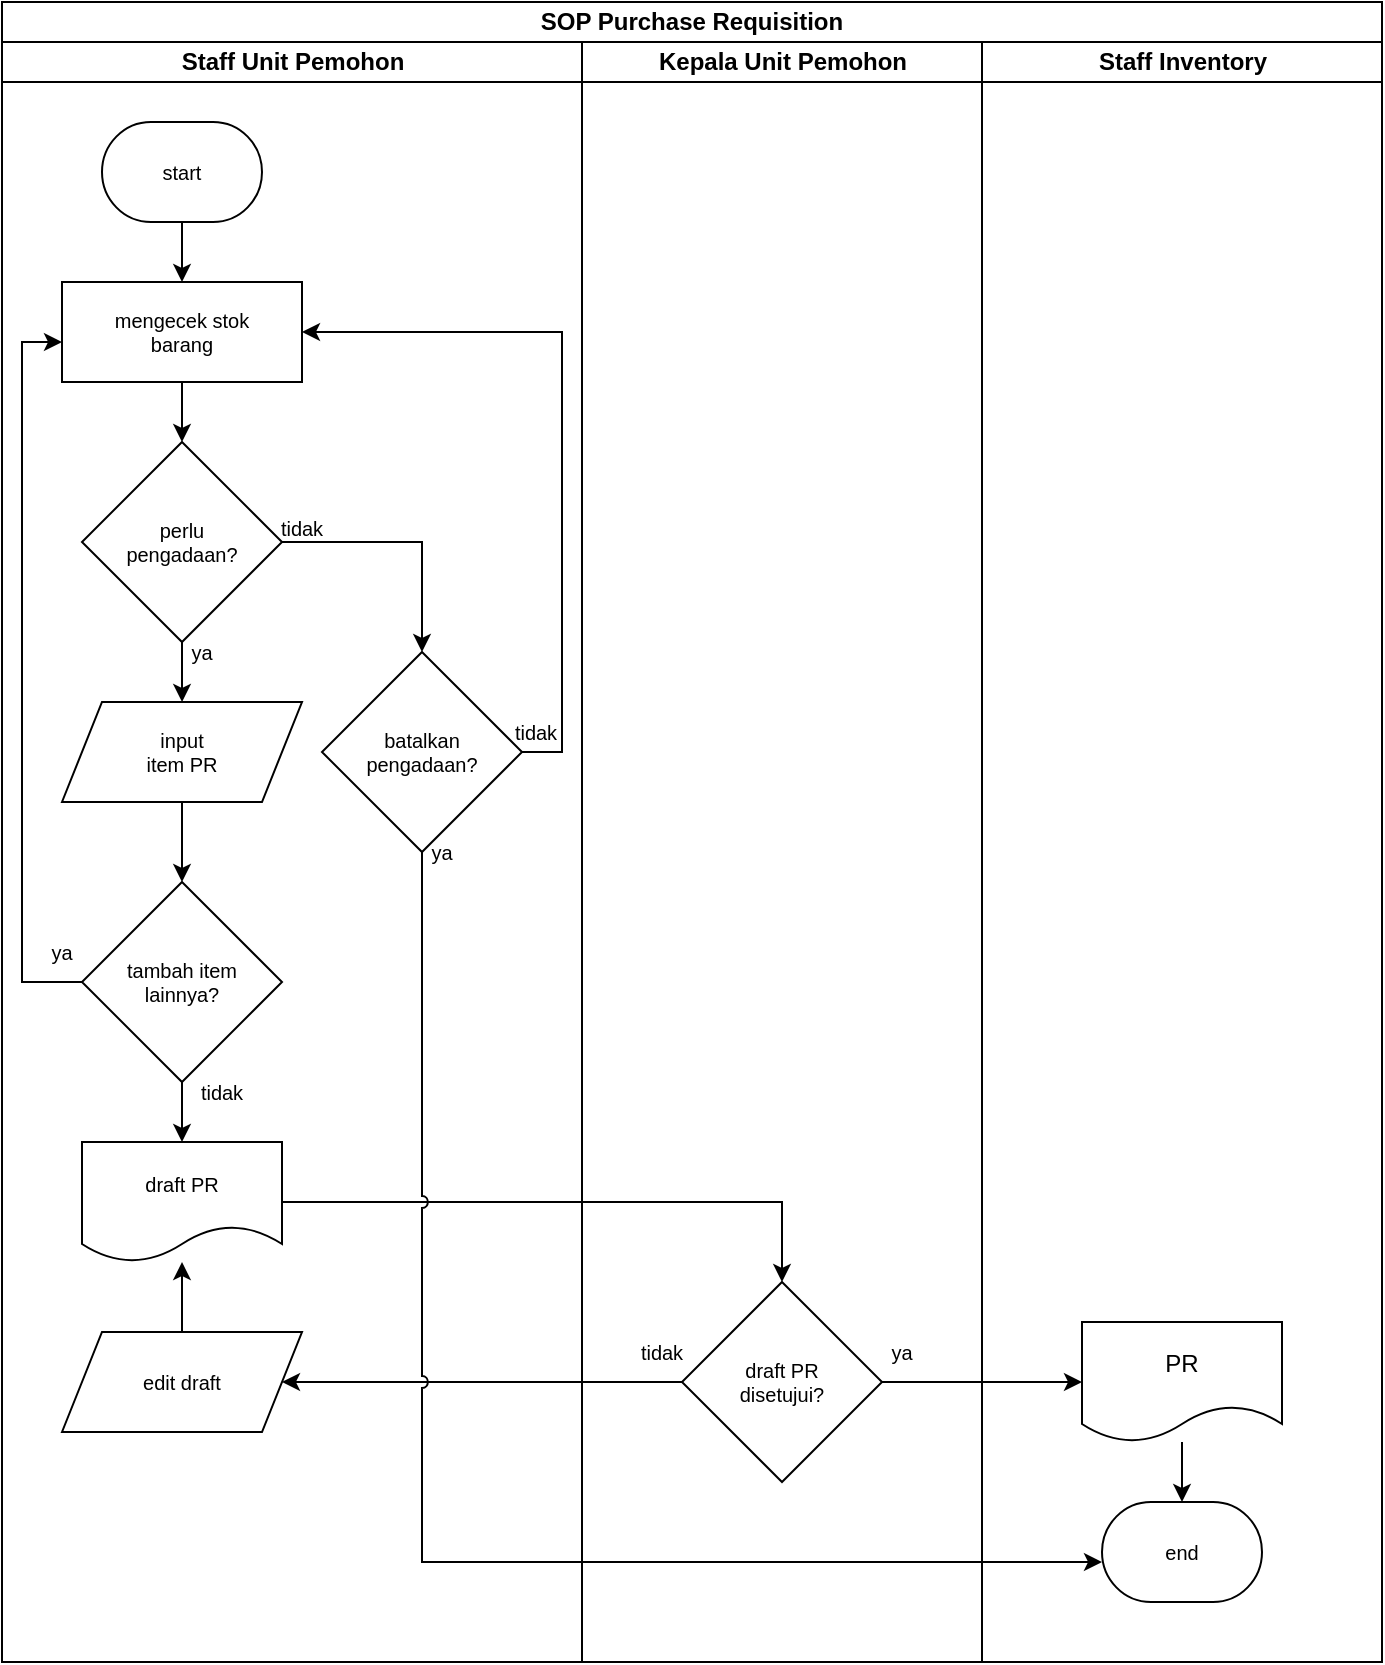
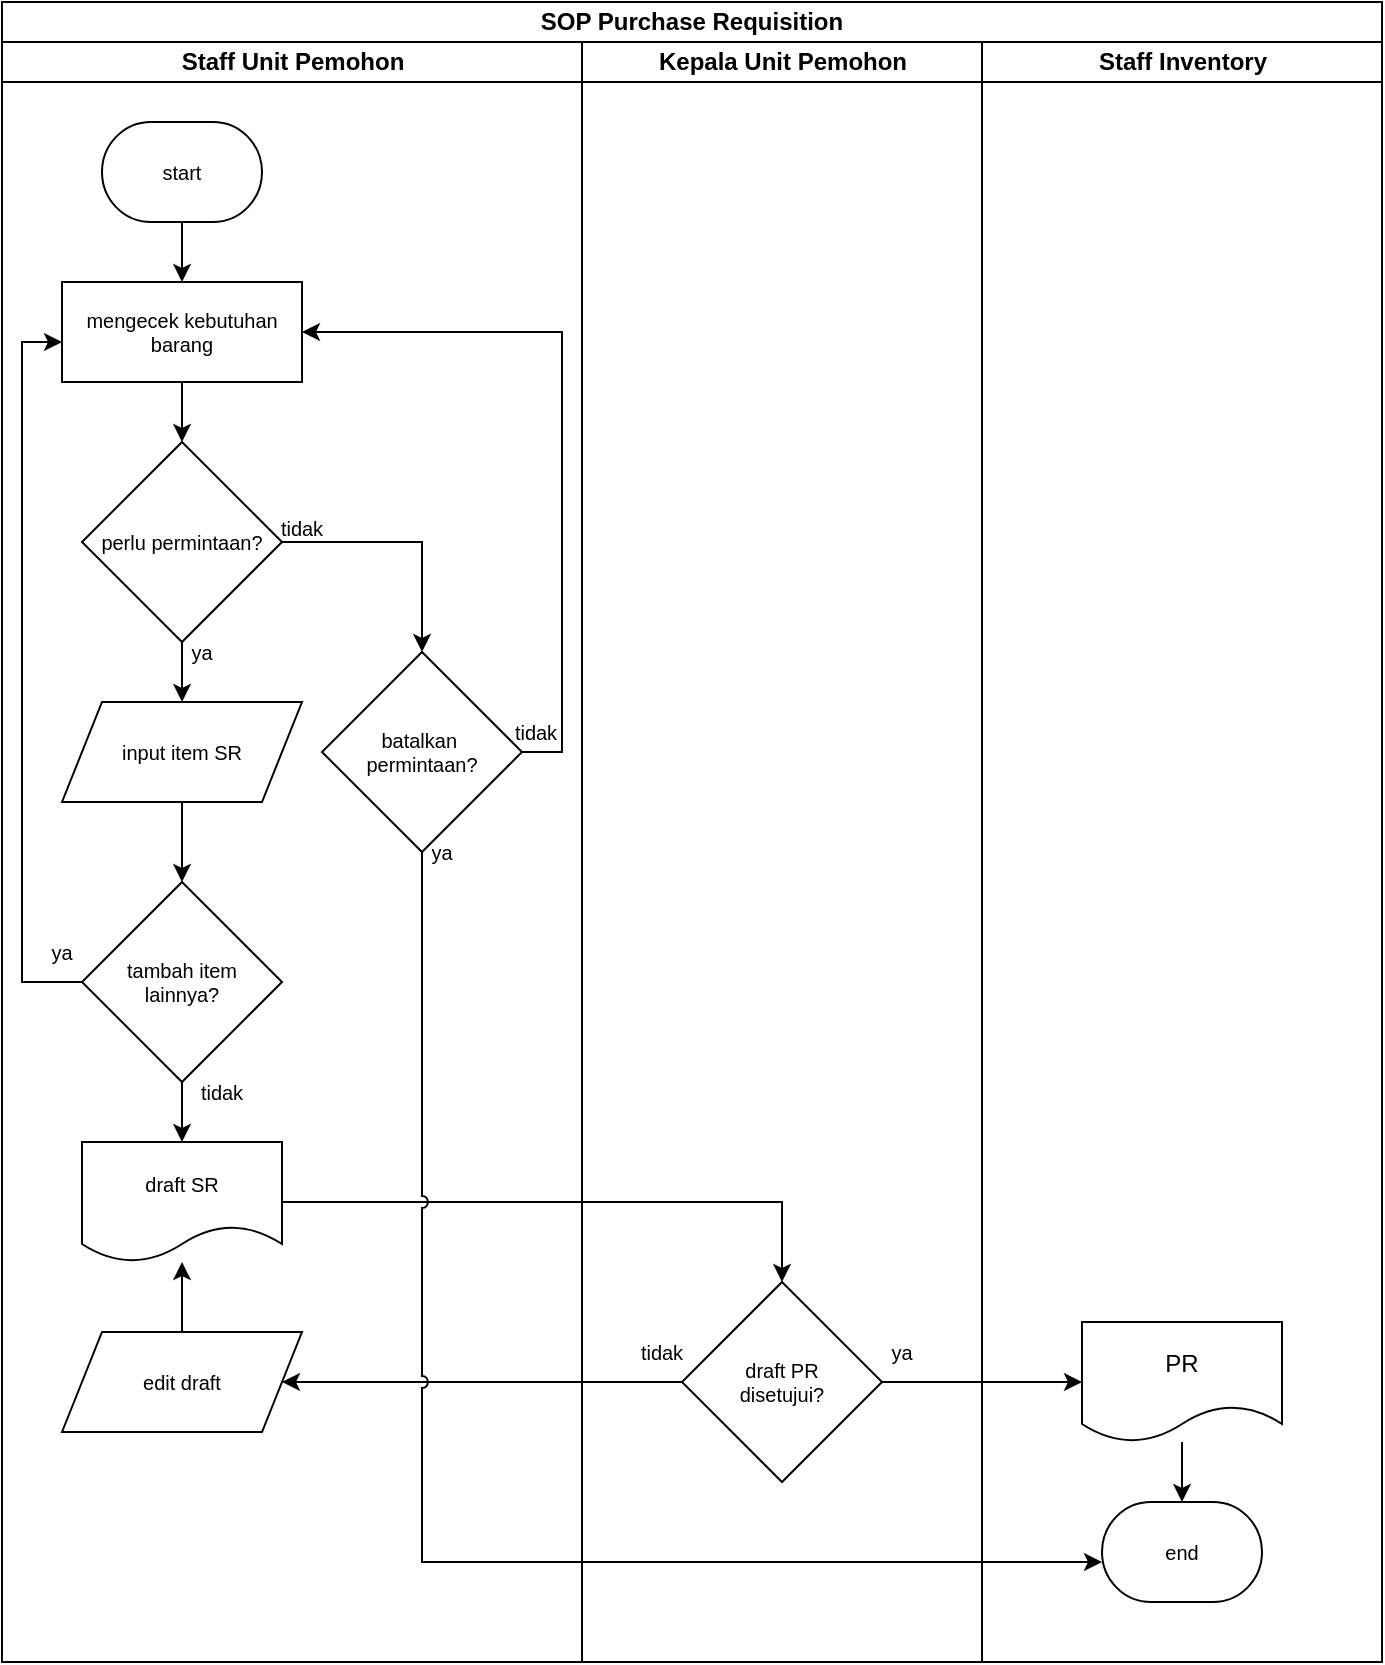
<mxfile host="app.diagrams.net" pages="2">
  <diagram name="SOP SR" id="mYAdajV0IufZudDyt58S">
    <mxGraphModel dx="849" dy="478" grid="1" gridSize="10" guides="1" tooltips="1" connect="1" arrows="1" fold="1" page="1" pageScale="1" pageWidth="850" pageHeight="1100" math="0" shadow="0">
      <root>
        <mxCell id="ewqPmyVIHkz6pLOVAfYW-0" />
        <mxCell id="ewqPmyVIHkz6pLOVAfYW-1" parent="ewqPmyVIHkz6pLOVAfYW-0" />
        <mxCell id="ewqPmyVIHkz6pLOVAfYW-2" parent="ewqPmyVIHkz6pLOVAfYW-1" style="swimlane;html=1;childLayout=stackLayout;resizeParent=1;resizeParentMax=0;startSize=20;whiteSpace=wrap;" value="SOP Purchase Requisition" vertex="1">
          <mxGeometry height="830" width="690" x="610" y="360" as="geometry">
            <mxRectangle height="30" width="210" x="140" y="110" as="alternateBounds" />
          </mxGeometry>
        </mxCell>
        <mxCell id="ewqPmyVIHkz6pLOVAfYW-3" parent="ewqPmyVIHkz6pLOVAfYW-2" style="swimlane;html=1;startSize=20;" value="Staff Unit Pemohon" vertex="1">
          <mxGeometry height="810" width="290" y="20" as="geometry" />
        </mxCell>
        <mxCell id="ewqPmyVIHkz6pLOVAfYW-4" parent="ewqPmyVIHkz6pLOVAfYW-3" style="strokeWidth=1;html=1;shape=mxgraph.flowchart.terminator;whiteSpace=wrap;fontSize=10;align=center;horizontal=1;spacing=0;" value="start" vertex="1">
          <mxGeometry height="50" width="80" x="50" y="40" as="geometry" />
        </mxCell>
-         <mxCell id="ewqPmyVIHkz6pLOVAfYW-5" parent="ewqPmyVIHkz6pLOVAfYW-3" style="rounded=0;whiteSpace=wrap;html=1;absoluteArcSize=1;arcSize=7;strokeWidth=1;fontSize=10;" value="mengecek stok&lt;div&gt;barang&lt;/div&gt;" vertex="1">
+         <mxCell id="ewqPmyVIHkz6pLOVAfYW-5" parent="ewqPmyVIHkz6pLOVAfYW-3" style="rounded=0;whiteSpace=wrap;html=1;absoluteArcSize=1;arcSize=7;strokeWidth=1;fontSize=10;" value="mengecek kebutuhan barang" vertex="1">
          <mxGeometry height="50" width="120" x="30" y="120" as="geometry" />
        </mxCell>
        <mxCell id="ewqPmyVIHkz6pLOVAfYW-6" edge="1" parent="ewqPmyVIHkz6pLOVAfYW-3" source="ewqPmyVIHkz6pLOVAfYW-5" style="edgeStyle=orthogonalEdgeStyle;rounded=0;orthogonalLoop=1;jettySize=auto;html=1;" value="">
          <mxGeometry relative="1" as="geometry">
            <mxPoint x="90" y="200" as="targetPoint" />
          </mxGeometry>
        </mxCell>
        <mxCell id="ewqPmyVIHkz6pLOVAfYW-7" edge="1" parent="ewqPmyVIHkz6pLOVAfYW-3" source="ewqPmyVIHkz6pLOVAfYW-4" style="edgeStyle=orthogonalEdgeStyle;rounded=0;orthogonalLoop=1;jettySize=auto;html=1;" target="ewqPmyVIHkz6pLOVAfYW-5" value="">
          <mxGeometry relative="1" as="geometry" />
        </mxCell>
        <mxCell id="ewqPmyVIHkz6pLOVAfYW-8" edge="1" parent="ewqPmyVIHkz6pLOVAfYW-3" source="ewqPmyVIHkz6pLOVAfYW-9" style="edgeStyle=orthogonalEdgeStyle;rounded=0;orthogonalLoop=1;jettySize=auto;html=1;" value="">
          <mxGeometry relative="1" as="geometry">
            <mxPoint x="90.02564102564111" y="330" as="targetPoint" />
          </mxGeometry>
        </mxCell>
-         <mxCell id="ewqPmyVIHkz6pLOVAfYW-9" parent="ewqPmyVIHkz6pLOVAfYW-3" style="rhombus;whiteSpace=wrap;html=1;fontSize=10;" value="perlu&lt;div&gt;pengadaan?&lt;/div&gt;" vertex="1">
+         <mxCell id="ewqPmyVIHkz6pLOVAfYW-9" parent="ewqPmyVIHkz6pLOVAfYW-3" style="rhombus;whiteSpace=wrap;html=1;fontSize=10;" value="perlu permintaan?" vertex="1">
          <mxGeometry height="100" width="100" x="40" y="200" as="geometry" />
        </mxCell>
        <mxCell id="ewqPmyVIHkz6pLOVAfYW-10" edge="1" parent="ewqPmyVIHkz6pLOVAfYW-3" source="ewqPmyVIHkz6pLOVAfYW-14" style="edgeStyle=orthogonalEdgeStyle;rounded=0;orthogonalLoop=1;jettySize=auto;html=1;" target="ewqPmyVIHkz6pLOVAfYW-13" value="">
          <mxGeometry relative="1" as="geometry">
            <Array as="points" />
            <mxPoint x="90" y="380" as="sourcePoint" />
          </mxGeometry>
        </mxCell>
        <mxCell id="ewqPmyVIHkz6pLOVAfYW-11" edge="1" parent="ewqPmyVIHkz6pLOVAfYW-3" source="ewqPmyVIHkz6pLOVAfYW-13" style="edgeStyle=orthogonalEdgeStyle;rounded=0;orthogonalLoop=1;jettySize=auto;html=1;" target="ewqPmyVIHkz6pLOVAfYW-5">
          <mxGeometry relative="1" as="geometry">
            <Array as="points">
              <mxPoint x="10" y="470" />
              <mxPoint x="10" y="150" />
            </Array>
            <mxPoint x="90" y="110" as="targetPoint" />
          </mxGeometry>
        </mxCell>
        <mxCell id="ewqPmyVIHkz6pLOVAfYW-12" edge="1" parent="ewqPmyVIHkz6pLOVAfYW-3" source="ewqPmyVIHkz6pLOVAfYW-13" style="edgeStyle=orthogonalEdgeStyle;rounded=0;orthogonalLoop=1;jettySize=auto;html=1;" value="">
          <mxGeometry relative="1" as="geometry">
            <mxPoint x="90" y="550" as="targetPoint" />
          </mxGeometry>
        </mxCell>
        <mxCell id="ewqPmyVIHkz6pLOVAfYW-13" parent="ewqPmyVIHkz6pLOVAfYW-3" style="rhombus;whiteSpace=wrap;html=1;fontSize=10;" value="tambah item&lt;div&gt;lainnya?&lt;/div&gt;" vertex="1">
          <mxGeometry height="100" width="100" x="40" y="420" as="geometry" />
        </mxCell>
-         <mxCell id="ewqPmyVIHkz6pLOVAfYW-14" parent="ewqPmyVIHkz6pLOVAfYW-3" style="shape=parallelogram;perimeter=parallelogramPerimeter;whiteSpace=wrap;html=1;fixedSize=1;" value="&lt;div style=&quot;font-size: 10px;&quot;&gt;&lt;font style=&quot;font-size: 10px;&quot;&gt;input&lt;/font&gt;&lt;/div&gt;&lt;div style=&quot;font-size: 10px;&quot;&gt;&lt;font style=&quot;font-size: 10px;&quot;&gt;item PR&lt;/font&gt;&lt;/div&gt;" vertex="1">
+         <mxCell id="ewqPmyVIHkz6pLOVAfYW-14" parent="ewqPmyVIHkz6pLOVAfYW-3" style="shape=parallelogram;perimeter=parallelogramPerimeter;whiteSpace=wrap;html=1;fixedSize=1;" value="&lt;div style=&quot;&quot;&gt;&lt;span style=&quot;font-size: 10px;&quot;&gt;input item SR&lt;/span&gt;&lt;/div&gt;" vertex="1">
          <mxGeometry height="50" width="120" x="30" y="330" as="geometry" />
        </mxCell>
-         <mxCell id="ewqPmyVIHkz6pLOVAfYW-15" parent="ewqPmyVIHkz6pLOVAfYW-3" style="shape=document;whiteSpace=wrap;html=1;boundedLbl=1;" value="&lt;font style=&quot;font-size: 10px;&quot;&gt;draft PR&lt;/font&gt;" vertex="1">
+         <mxCell id="ewqPmyVIHkz6pLOVAfYW-15" parent="ewqPmyVIHkz6pLOVAfYW-3" style="shape=document;whiteSpace=wrap;html=1;boundedLbl=1;" value="&lt;font style=&quot;font-size: 10px;&quot;&gt;draft SR&lt;/font&gt;" vertex="1">
          <mxGeometry height="60" width="100" x="40" y="550" as="geometry" />
        </mxCell>
        <mxCell id="ewqPmyVIHkz6pLOVAfYW-16" edge="1" parent="ewqPmyVIHkz6pLOVAfYW-3" source="ewqPmyVIHkz6pLOVAfYW-17" style="edgeStyle=orthogonalEdgeStyle;rounded=0;orthogonalLoop=1;jettySize=auto;html=1;" target="ewqPmyVIHkz6pLOVAfYW-15" value="">
          <mxGeometry relative="1" as="geometry" />
        </mxCell>
        <mxCell id="ewqPmyVIHkz6pLOVAfYW-17" parent="ewqPmyVIHkz6pLOVAfYW-3" style="shape=parallelogram;perimeter=parallelogramPerimeter;whiteSpace=wrap;html=1;fixedSize=1;" value="&lt;span style=&quot;font-size: 10px;&quot;&gt;edit draft&lt;/span&gt;" vertex="1">
          <mxGeometry height="50" width="120" x="30" y="645" as="geometry" />
        </mxCell>
        <mxCell id="ewqPmyVIHkz6pLOVAfYW-18" edge="1" parent="ewqPmyVIHkz6pLOVAfYW-3" source="ewqPmyVIHkz6pLOVAfYW-9" style="edgeStyle=orthogonalEdgeStyle;rounded=0;orthogonalLoop=1;jettySize=auto;html=1;" target="ewqPmyVIHkz6pLOVAfYW-20">
          <mxGeometry relative="1" as="geometry">
            <Array as="points">
              <mxPoint x="210" y="250" />
            </Array>
          </mxGeometry>
        </mxCell>
        <mxCell id="ewqPmyVIHkz6pLOVAfYW-19" edge="1" parent="ewqPmyVIHkz6pLOVAfYW-3" source="ewqPmyVIHkz6pLOVAfYW-20" style="edgeStyle=orthogonalEdgeStyle;rounded=0;orthogonalLoop=1;jettySize=auto;html=1;" target="ewqPmyVIHkz6pLOVAfYW-5">
          <mxGeometry relative="1" as="geometry">
            <Array as="points">
              <mxPoint x="280" y="355" />
              <mxPoint x="280" y="145" />
            </Array>
          </mxGeometry>
        </mxCell>
-         <mxCell id="ewqPmyVIHkz6pLOVAfYW-20" parent="ewqPmyVIHkz6pLOVAfYW-3" style="rhombus;whiteSpace=wrap;html=1;fontSize=10;" value="batalkan&lt;div&gt;pengadaan?&lt;/div&gt;" vertex="1">
+         <mxCell id="ewqPmyVIHkz6pLOVAfYW-20" parent="ewqPmyVIHkz6pLOVAfYW-3" style="rhombus;whiteSpace=wrap;html=1;fontSize=10;" value="batalkan&amp;nbsp;&lt;div&gt;permintaan?&lt;/div&gt;" vertex="1">
          <mxGeometry height="100" width="100" x="160" y="305" as="geometry" />
        </mxCell>
        <mxCell id="ewqPmyVIHkz6pLOVAfYW-21" parent="ewqPmyVIHkz6pLOVAfYW-3" style="text;html=1;align=center;verticalAlign=middle;whiteSpace=wrap;rounded=0;" value="&lt;font style=&quot;font-size: 10px;&quot;&gt;tidak&lt;/font&gt;" vertex="1">
          <mxGeometry height="30" width="60" x="120" y="228" as="geometry" />
        </mxCell>
        <mxCell id="ewqPmyVIHkz6pLOVAfYW-22" parent="ewqPmyVIHkz6pLOVAfYW-3" style="text;html=1;align=center;verticalAlign=middle;whiteSpace=wrap;rounded=0;" value="&lt;font style=&quot;font-size: 10px;&quot;&gt;ya&lt;/font&gt;" vertex="1">
          <mxGeometry height="30" width="60" x="70" y="290" as="geometry" />
        </mxCell>
        <mxCell id="ewqPmyVIHkz6pLOVAfYW-23" parent="ewqPmyVIHkz6pLOVAfYW-3" style="text;html=1;align=center;verticalAlign=middle;whiteSpace=wrap;rounded=0;" value="&lt;font style=&quot;font-size: 10px;&quot;&gt;tidak&lt;/font&gt;" vertex="1">
          <mxGeometry height="30" width="60" x="237" y="330" as="geometry" />
        </mxCell>
        <mxCell id="ewqPmyVIHkz6pLOVAfYW-24" parent="ewqPmyVIHkz6pLOVAfYW-3" style="text;html=1;align=center;verticalAlign=middle;whiteSpace=wrap;rounded=0;" value="&lt;font style=&quot;font-size: 10px;&quot;&gt;ya&lt;/font&gt;" vertex="1">
          <mxGeometry height="30" width="60" x="190" y="390" as="geometry" />
        </mxCell>
        <mxCell id="ewqPmyVIHkz6pLOVAfYW-25" parent="ewqPmyVIHkz6pLOVAfYW-3" style="text;html=1;align=center;verticalAlign=middle;whiteSpace=wrap;rounded=0;" value="&lt;font style=&quot;font-size: 10px;&quot;&gt;tidak&lt;/font&gt;" vertex="1">
          <mxGeometry height="30" width="60" x="80" y="510" as="geometry" />
        </mxCell>
        <mxCell id="ewqPmyVIHkz6pLOVAfYW-26" parent="ewqPmyVIHkz6pLOVAfYW-3" style="text;html=1;align=center;verticalAlign=middle;whiteSpace=wrap;rounded=0;" value="&lt;font style=&quot;font-size: 10px;&quot;&gt;ya&lt;/font&gt;" vertex="1">
          <mxGeometry height="30" width="60" y="440" as="geometry" />
        </mxCell>
        <mxCell id="ewqPmyVIHkz6pLOVAfYW-27" parent="ewqPmyVIHkz6pLOVAfYW-2" style="swimlane;html=1;startSize=20;" value="Kepala Unit Pemohon" vertex="1">
          <mxGeometry height="810" width="200" x="290" y="20" as="geometry" />
        </mxCell>
        <mxCell id="ewqPmyVIHkz6pLOVAfYW-28" parent="ewqPmyVIHkz6pLOVAfYW-27" style="rhombus;whiteSpace=wrap;html=1;fontSize=10;" value="draft PR&lt;div&gt;disetujui?&lt;/div&gt;" vertex="1">
          <mxGeometry height="100" width="100" x="50" y="620" as="geometry" />
        </mxCell>
        <mxCell id="ewqPmyVIHkz6pLOVAfYW-29" parent="ewqPmyVIHkz6pLOVAfYW-27" style="text;html=1;align=center;verticalAlign=middle;whiteSpace=wrap;rounded=0;" value="&lt;font style=&quot;font-size: 10px;&quot;&gt;tidak&lt;/font&gt;" vertex="1">
          <mxGeometry height="30" width="60" x="10" y="640" as="geometry" />
        </mxCell>
        <mxCell id="ewqPmyVIHkz6pLOVAfYW-30" parent="ewqPmyVIHkz6pLOVAfYW-27" style="text;html=1;align=center;verticalAlign=middle;whiteSpace=wrap;rounded=0;" value="&lt;font style=&quot;font-size: 10px;&quot;&gt;ya&lt;/font&gt;" vertex="1">
          <mxGeometry height="30" width="60" x="130" y="640" as="geometry" />
        </mxCell>
        <mxCell id="ewqPmyVIHkz6pLOVAfYW-31" parent="ewqPmyVIHkz6pLOVAfYW-2" style="swimlane;html=1;startSize=20;" value="Staff Inventory" vertex="1">
          <mxGeometry height="810" width="200" x="490" y="20" as="geometry">
            <mxRectangle height="810" width="40" x="490" y="20" as="alternateBounds" />
          </mxGeometry>
        </mxCell>
        <mxCell id="ewqPmyVIHkz6pLOVAfYW-32" edge="1" parent="ewqPmyVIHkz6pLOVAfYW-31" source="ewqPmyVIHkz6pLOVAfYW-33" style="edgeStyle=orthogonalEdgeStyle;rounded=0;orthogonalLoop=1;jettySize=auto;html=1;" target="ewqPmyVIHkz6pLOVAfYW-34" value="">
          <mxGeometry relative="1" as="geometry" />
        </mxCell>
        <mxCell id="ewqPmyVIHkz6pLOVAfYW-33" parent="ewqPmyVIHkz6pLOVAfYW-31" style="shape=document;whiteSpace=wrap;html=1;boundedLbl=1;" value="PR" vertex="1">
          <mxGeometry height="60" width="100" x="50" y="640" as="geometry" />
        </mxCell>
        <mxCell id="ewqPmyVIHkz6pLOVAfYW-34" parent="ewqPmyVIHkz6pLOVAfYW-31" style="strokeWidth=1;html=1;shape=mxgraph.flowchart.terminator;whiteSpace=wrap;fontSize=10;align=center;horizontal=1;spacing=0;" value="end" vertex="1">
          <mxGeometry height="50" width="80" x="60" y="730" as="geometry" />
        </mxCell>
        <mxCell id="ewqPmyVIHkz6pLOVAfYW-35" edge="1" parent="ewqPmyVIHkz6pLOVAfYW-2" source="ewqPmyVIHkz6pLOVAfYW-15" style="edgeStyle=orthogonalEdgeStyle;rounded=0;orthogonalLoop=1;jettySize=auto;html=1;" target="ewqPmyVIHkz6pLOVAfYW-28">
          <mxGeometry relative="1" as="geometry" />
        </mxCell>
        <mxCell id="ewqPmyVIHkz6pLOVAfYW-36" edge="1" parent="ewqPmyVIHkz6pLOVAfYW-2" source="ewqPmyVIHkz6pLOVAfYW-28" style="edgeStyle=orthogonalEdgeStyle;rounded=0;orthogonalLoop=1;jettySize=auto;html=1;" target="ewqPmyVIHkz6pLOVAfYW-33" value="">
          <mxGeometry relative="1" as="geometry" />
        </mxCell>
        <mxCell id="ewqPmyVIHkz6pLOVAfYW-37" edge="1" parent="ewqPmyVIHkz6pLOVAfYW-2" source="ewqPmyVIHkz6pLOVAfYW-28" style="edgeStyle=orthogonalEdgeStyle;rounded=0;orthogonalLoop=1;jettySize=auto;html=1;" target="ewqPmyVIHkz6pLOVAfYW-17">
          <mxGeometry relative="1" as="geometry">
            <Array as="points" />
            <mxPoint x="100" y="690" as="targetPoint" />
          </mxGeometry>
        </mxCell>
        <mxCell id="ewqPmyVIHkz6pLOVAfYW-38" edge="1" parent="ewqPmyVIHkz6pLOVAfYW-2" source="ewqPmyVIHkz6pLOVAfYW-20" style="edgeStyle=orthogonalEdgeStyle;rounded=0;orthogonalLoop=1;jettySize=auto;html=1;jumpStyle=arc;" target="ewqPmyVIHkz6pLOVAfYW-34">
          <mxGeometry relative="1" as="geometry">
            <Array as="points">
              <mxPoint x="210" y="780" />
            </Array>
          </mxGeometry>
        </mxCell>
      </root>
    </mxGraphModel>
  </diagram>
  <diagram name="SOP PR" id="-7YdF_Z_4hD_neaPn9do">
    <mxGraphModel dx="849" dy="478" grid="1" gridSize="10" guides="1" tooltips="1" connect="1" arrows="1" fold="1" page="1" pageScale="1" pageWidth="850" pageHeight="1100" math="0" shadow="0">
      <root>
        <mxCell id="0" />
        <mxCell id="1" parent="0" />
        <mxCell id="FgAdxiRBUQnmOL_wIOqZ-3" parent="1" style="swimlane;html=1;childLayout=stackLayout;resizeParent=1;resizeParentMax=0;startSize=20;whiteSpace=wrap;" value="SOP Purchase Requisition" vertex="1">
          <mxGeometry height="830" width="690" x="610" y="360" as="geometry">
            <mxRectangle height="30" width="210" x="140" y="110" as="alternateBounds" />
          </mxGeometry>
        </mxCell>
        <mxCell id="FgAdxiRBUQnmOL_wIOqZ-4" parent="FgAdxiRBUQnmOL_wIOqZ-3" style="swimlane;html=1;startSize=20;" value="Staff Inventory" vertex="1">
          <mxGeometry height="810" width="290" y="20" as="geometry" />
        </mxCell>
        <mxCell id="FgAdxiRBUQnmOL_wIOqZ-5" parent="FgAdxiRBUQnmOL_wIOqZ-4" style="strokeWidth=1;html=1;shape=mxgraph.flowchart.terminator;whiteSpace=wrap;fontSize=10;align=center;horizontal=1;spacing=0;" value="start" vertex="1">
          <mxGeometry height="50" width="80" x="50" y="40" as="geometry" />
        </mxCell>
        <mxCell id="FgAdxiRBUQnmOL_wIOqZ-6" parent="FgAdxiRBUQnmOL_wIOqZ-4" style="rounded=0;whiteSpace=wrap;html=1;absoluteArcSize=1;arcSize=7;strokeWidth=1;fontSize=10;" value="mengecek stok&lt;div&gt;barang&lt;/div&gt;" vertex="1">
          <mxGeometry height="50" width="120" x="30" y="120" as="geometry" />
        </mxCell>
        <mxCell id="FgAdxiRBUQnmOL_wIOqZ-7" edge="1" parent="FgAdxiRBUQnmOL_wIOqZ-4" source="FgAdxiRBUQnmOL_wIOqZ-6" style="edgeStyle=orthogonalEdgeStyle;rounded=0;orthogonalLoop=1;jettySize=auto;html=1;" value="">
          <mxGeometry relative="1" as="geometry">
            <mxPoint x="90" y="200" as="targetPoint" />
          </mxGeometry>
        </mxCell>
        <mxCell id="FgAdxiRBUQnmOL_wIOqZ-8" edge="1" parent="FgAdxiRBUQnmOL_wIOqZ-4" source="FgAdxiRBUQnmOL_wIOqZ-5" style="edgeStyle=orthogonalEdgeStyle;rounded=0;orthogonalLoop=1;jettySize=auto;html=1;" target="FgAdxiRBUQnmOL_wIOqZ-6" value="">
          <mxGeometry relative="1" as="geometry" />
        </mxCell>
        <mxCell id="FgAdxiRBUQnmOL_wIOqZ-9" edge="1" parent="FgAdxiRBUQnmOL_wIOqZ-4" source="FgAdxiRBUQnmOL_wIOqZ-10" style="edgeStyle=orthogonalEdgeStyle;rounded=0;orthogonalLoop=1;jettySize=auto;html=1;" value="">
          <mxGeometry relative="1" as="geometry">
            <mxPoint x="90.02564102564111" y="330" as="targetPoint" />
          </mxGeometry>
        </mxCell>
        <mxCell id="FgAdxiRBUQnmOL_wIOqZ-10" parent="FgAdxiRBUQnmOL_wIOqZ-4" style="rhombus;whiteSpace=wrap;html=1;fontSize=10;" value="perlu&lt;div&gt;pengadaan?&lt;/div&gt;" vertex="1">
          <mxGeometry height="100" width="100" x="40" y="200" as="geometry" />
        </mxCell>
        <mxCell id="FgAdxiRBUQnmOL_wIOqZ-11" edge="1" parent="FgAdxiRBUQnmOL_wIOqZ-4" source="FgAdxiRBUQnmOL_wIOqZ-15" style="edgeStyle=orthogonalEdgeStyle;rounded=0;orthogonalLoop=1;jettySize=auto;html=1;" target="FgAdxiRBUQnmOL_wIOqZ-14" value="">
          <mxGeometry relative="1" as="geometry">
            <Array as="points" />
            <mxPoint x="90" y="380" as="sourcePoint" />
          </mxGeometry>
        </mxCell>
        <mxCell id="FgAdxiRBUQnmOL_wIOqZ-12" edge="1" parent="FgAdxiRBUQnmOL_wIOqZ-4" source="FgAdxiRBUQnmOL_wIOqZ-14" style="edgeStyle=orthogonalEdgeStyle;rounded=0;orthogonalLoop=1;jettySize=auto;html=1;" target="FgAdxiRBUQnmOL_wIOqZ-6">
          <mxGeometry relative="1" as="geometry">
            <Array as="points">
              <mxPoint x="10" y="470" />
              <mxPoint x="10" y="150" />
            </Array>
            <mxPoint x="90" y="110" as="targetPoint" />
          </mxGeometry>
        </mxCell>
        <mxCell id="FgAdxiRBUQnmOL_wIOqZ-13" edge="1" parent="FgAdxiRBUQnmOL_wIOqZ-4" source="FgAdxiRBUQnmOL_wIOqZ-14" style="edgeStyle=orthogonalEdgeStyle;rounded=0;orthogonalLoop=1;jettySize=auto;html=1;" value="">
          <mxGeometry relative="1" as="geometry">
            <mxPoint x="90" y="550" as="targetPoint" />
          </mxGeometry>
        </mxCell>
        <mxCell id="FgAdxiRBUQnmOL_wIOqZ-14" parent="FgAdxiRBUQnmOL_wIOqZ-4" style="rhombus;whiteSpace=wrap;html=1;fontSize=10;" value="tambah item&lt;div&gt;lainnya?&lt;/div&gt;" vertex="1">
          <mxGeometry height="100" width="100" x="40" y="420" as="geometry" />
        </mxCell>
        <mxCell id="FgAdxiRBUQnmOL_wIOqZ-15" parent="FgAdxiRBUQnmOL_wIOqZ-4" style="shape=parallelogram;perimeter=parallelogramPerimeter;whiteSpace=wrap;html=1;fixedSize=1;" value="&lt;div style=&quot;font-size: 10px;&quot;&gt;&lt;font style=&quot;font-size: 10px;&quot;&gt;input&lt;/font&gt;&lt;/div&gt;&lt;div style=&quot;font-size: 10px;&quot;&gt;&lt;font style=&quot;font-size: 10px;&quot;&gt;item PR&lt;/font&gt;&lt;/div&gt;" vertex="1">
          <mxGeometry height="50" width="120" x="30" y="330" as="geometry" />
        </mxCell>
        <mxCell id="FgAdxiRBUQnmOL_wIOqZ-16" parent="FgAdxiRBUQnmOL_wIOqZ-4" style="shape=document;whiteSpace=wrap;html=1;boundedLbl=1;" value="&lt;font style=&quot;font-size: 10px;&quot;&gt;draft PR&lt;/font&gt;" vertex="1">
          <mxGeometry height="60" width="100" x="40" y="550" as="geometry" />
        </mxCell>
        <mxCell id="FgAdxiRBUQnmOL_wIOqZ-17" edge="1" parent="FgAdxiRBUQnmOL_wIOqZ-4" source="FgAdxiRBUQnmOL_wIOqZ-18" style="edgeStyle=orthogonalEdgeStyle;rounded=0;orthogonalLoop=1;jettySize=auto;html=1;" target="FgAdxiRBUQnmOL_wIOqZ-16" value="">
          <mxGeometry relative="1" as="geometry" />
        </mxCell>
        <mxCell id="FgAdxiRBUQnmOL_wIOqZ-18" parent="FgAdxiRBUQnmOL_wIOqZ-4" style="shape=parallelogram;perimeter=parallelogramPerimeter;whiteSpace=wrap;html=1;fixedSize=1;" value="&lt;span style=&quot;font-size: 10px;&quot;&gt;edit draft&lt;/span&gt;" vertex="1">
          <mxGeometry height="50" width="120" x="30" y="645" as="geometry" />
        </mxCell>
        <mxCell id="FgAdxiRBUQnmOL_wIOqZ-19" edge="1" parent="FgAdxiRBUQnmOL_wIOqZ-4" source="FgAdxiRBUQnmOL_wIOqZ-10" style="edgeStyle=orthogonalEdgeStyle;rounded=0;orthogonalLoop=1;jettySize=auto;html=1;" target="FgAdxiRBUQnmOL_wIOqZ-21">
          <mxGeometry relative="1" as="geometry">
            <Array as="points">
              <mxPoint x="210" y="250" />
            </Array>
          </mxGeometry>
        </mxCell>
        <mxCell id="FgAdxiRBUQnmOL_wIOqZ-20" edge="1" parent="FgAdxiRBUQnmOL_wIOqZ-4" source="FgAdxiRBUQnmOL_wIOqZ-21" style="edgeStyle=orthogonalEdgeStyle;rounded=0;orthogonalLoop=1;jettySize=auto;html=1;" target="FgAdxiRBUQnmOL_wIOqZ-6">
          <mxGeometry relative="1" as="geometry">
            <Array as="points">
              <mxPoint x="280" y="355" />
              <mxPoint x="280" y="145" />
            </Array>
          </mxGeometry>
        </mxCell>
        <mxCell id="FgAdxiRBUQnmOL_wIOqZ-21" parent="FgAdxiRBUQnmOL_wIOqZ-4" style="rhombus;whiteSpace=wrap;html=1;fontSize=10;" value="batalkan&lt;div&gt;pengadaan?&lt;/div&gt;" vertex="1">
          <mxGeometry height="100" width="100" x="160" y="305" as="geometry" />
        </mxCell>
        <mxCell id="FgAdxiRBUQnmOL_wIOqZ-22" parent="FgAdxiRBUQnmOL_wIOqZ-4" style="text;html=1;align=center;verticalAlign=middle;whiteSpace=wrap;rounded=0;" value="&lt;font style=&quot;font-size: 10px;&quot;&gt;tidak&lt;/font&gt;" vertex="1">
          <mxGeometry height="30" width="60" x="120" y="228" as="geometry" />
        </mxCell>
        <mxCell id="FgAdxiRBUQnmOL_wIOqZ-23" parent="FgAdxiRBUQnmOL_wIOqZ-4" style="text;html=1;align=center;verticalAlign=middle;whiteSpace=wrap;rounded=0;" value="&lt;font style=&quot;font-size: 10px;&quot;&gt;ya&lt;/font&gt;" vertex="1">
          <mxGeometry height="30" width="60" x="70" y="290" as="geometry" />
        </mxCell>
        <mxCell id="FgAdxiRBUQnmOL_wIOqZ-24" parent="FgAdxiRBUQnmOL_wIOqZ-4" style="text;html=1;align=center;verticalAlign=middle;whiteSpace=wrap;rounded=0;" value="&lt;font style=&quot;font-size: 10px;&quot;&gt;tidak&lt;/font&gt;" vertex="1">
          <mxGeometry height="30" width="60" x="237" y="330" as="geometry" />
        </mxCell>
        <mxCell id="FgAdxiRBUQnmOL_wIOqZ-25" parent="FgAdxiRBUQnmOL_wIOqZ-4" style="text;html=1;align=center;verticalAlign=middle;whiteSpace=wrap;rounded=0;" value="&lt;font style=&quot;font-size: 10px;&quot;&gt;ya&lt;/font&gt;" vertex="1">
          <mxGeometry height="30" width="60" x="190" y="390" as="geometry" />
        </mxCell>
        <mxCell id="FgAdxiRBUQnmOL_wIOqZ-26" parent="FgAdxiRBUQnmOL_wIOqZ-4" style="text;html=1;align=center;verticalAlign=middle;whiteSpace=wrap;rounded=0;" value="&lt;font style=&quot;font-size: 10px;&quot;&gt;tidak&lt;/font&gt;" vertex="1">
          <mxGeometry height="30" width="60" x="80" y="510" as="geometry" />
        </mxCell>
        <mxCell id="FgAdxiRBUQnmOL_wIOqZ-27" parent="FgAdxiRBUQnmOL_wIOqZ-4" style="text;html=1;align=center;verticalAlign=middle;whiteSpace=wrap;rounded=0;" value="&lt;font style=&quot;font-size: 10px;&quot;&gt;ya&lt;/font&gt;" vertex="1">
          <mxGeometry height="30" width="60" y="440" as="geometry" />
        </mxCell>
        <mxCell id="FgAdxiRBUQnmOL_wIOqZ-28" parent="FgAdxiRBUQnmOL_wIOqZ-3" style="swimlane;html=1;startSize=20;" value="Kepala Inventory" vertex="1">
          <mxGeometry height="810" width="200" x="290" y="20" as="geometry" />
        </mxCell>
        <mxCell id="FgAdxiRBUQnmOL_wIOqZ-29" parent="FgAdxiRBUQnmOL_wIOqZ-28" style="rhombus;whiteSpace=wrap;html=1;fontSize=10;" value="draft PR&lt;div&gt;disetujui?&lt;/div&gt;" vertex="1">
          <mxGeometry height="100" width="100" x="50" y="620" as="geometry" />
        </mxCell>
        <mxCell id="FgAdxiRBUQnmOL_wIOqZ-30" parent="FgAdxiRBUQnmOL_wIOqZ-28" style="text;html=1;align=center;verticalAlign=middle;whiteSpace=wrap;rounded=0;" value="&lt;font style=&quot;font-size: 10px;&quot;&gt;tidak&lt;/font&gt;" vertex="1">
          <mxGeometry height="30" width="60" x="10" y="640" as="geometry" />
        </mxCell>
        <mxCell id="FgAdxiRBUQnmOL_wIOqZ-31" parent="FgAdxiRBUQnmOL_wIOqZ-28" style="text;html=1;align=center;verticalAlign=middle;whiteSpace=wrap;rounded=0;" value="&lt;font style=&quot;font-size: 10px;&quot;&gt;ya&lt;/font&gt;" vertex="1">
          <mxGeometry height="30" width="60" x="130" y="640" as="geometry" />
        </mxCell>
        <mxCell id="FgAdxiRBUQnmOL_wIOqZ-32" parent="FgAdxiRBUQnmOL_wIOqZ-3" style="swimlane;html=1;startSize=20;" value="Staff Purchasing" vertex="1">
          <mxGeometry height="810" width="200" x="490" y="20" as="geometry">
            <mxRectangle height="810" width="40" x="490" y="20" as="alternateBounds" />
          </mxGeometry>
        </mxCell>
        <mxCell id="FgAdxiRBUQnmOL_wIOqZ-33" edge="1" parent="FgAdxiRBUQnmOL_wIOqZ-32" source="FgAdxiRBUQnmOL_wIOqZ-34" style="edgeStyle=orthogonalEdgeStyle;rounded=0;orthogonalLoop=1;jettySize=auto;html=1;" target="FgAdxiRBUQnmOL_wIOqZ-35" value="">
          <mxGeometry relative="1" as="geometry" />
        </mxCell>
        <mxCell id="FgAdxiRBUQnmOL_wIOqZ-34" parent="FgAdxiRBUQnmOL_wIOqZ-32" style="shape=document;whiteSpace=wrap;html=1;boundedLbl=1;" value="PR" vertex="1">
          <mxGeometry height="60" width="100" x="50" y="640" as="geometry" />
        </mxCell>
        <mxCell id="FgAdxiRBUQnmOL_wIOqZ-35" parent="FgAdxiRBUQnmOL_wIOqZ-32" style="strokeWidth=1;html=1;shape=mxgraph.flowchart.terminator;whiteSpace=wrap;fontSize=10;align=center;horizontal=1;spacing=0;" value="end" vertex="1">
          <mxGeometry height="50" width="80" x="60" y="730" as="geometry" />
        </mxCell>
        <mxCell id="FgAdxiRBUQnmOL_wIOqZ-36" edge="1" parent="FgAdxiRBUQnmOL_wIOqZ-3" source="FgAdxiRBUQnmOL_wIOqZ-16" style="edgeStyle=orthogonalEdgeStyle;rounded=0;orthogonalLoop=1;jettySize=auto;html=1;" target="FgAdxiRBUQnmOL_wIOqZ-29">
          <mxGeometry relative="1" as="geometry" />
        </mxCell>
        <mxCell id="FgAdxiRBUQnmOL_wIOqZ-37" edge="1" parent="FgAdxiRBUQnmOL_wIOqZ-3" source="FgAdxiRBUQnmOL_wIOqZ-29" style="edgeStyle=orthogonalEdgeStyle;rounded=0;orthogonalLoop=1;jettySize=auto;html=1;" target="FgAdxiRBUQnmOL_wIOqZ-34" value="">
          <mxGeometry relative="1" as="geometry" />
        </mxCell>
        <mxCell id="FgAdxiRBUQnmOL_wIOqZ-38" edge="1" parent="FgAdxiRBUQnmOL_wIOqZ-3" source="FgAdxiRBUQnmOL_wIOqZ-29" style="edgeStyle=orthogonalEdgeStyle;rounded=0;orthogonalLoop=1;jettySize=auto;html=1;" target="FgAdxiRBUQnmOL_wIOqZ-18">
          <mxGeometry relative="1" as="geometry">
            <Array as="points" />
            <mxPoint x="100" y="690" as="targetPoint" />
          </mxGeometry>
        </mxCell>
        <mxCell id="FgAdxiRBUQnmOL_wIOqZ-39" edge="1" parent="FgAdxiRBUQnmOL_wIOqZ-3" source="FgAdxiRBUQnmOL_wIOqZ-21" style="edgeStyle=orthogonalEdgeStyle;rounded=0;orthogonalLoop=1;jettySize=auto;html=1;jumpStyle=arc;" target="FgAdxiRBUQnmOL_wIOqZ-35">
          <mxGeometry relative="1" as="geometry">
            <Array as="points">
              <mxPoint x="210" y="780" />
            </Array>
          </mxGeometry>
        </mxCell>
      </root>
    </mxGraphModel>
  </diagram>
</mxfile>
